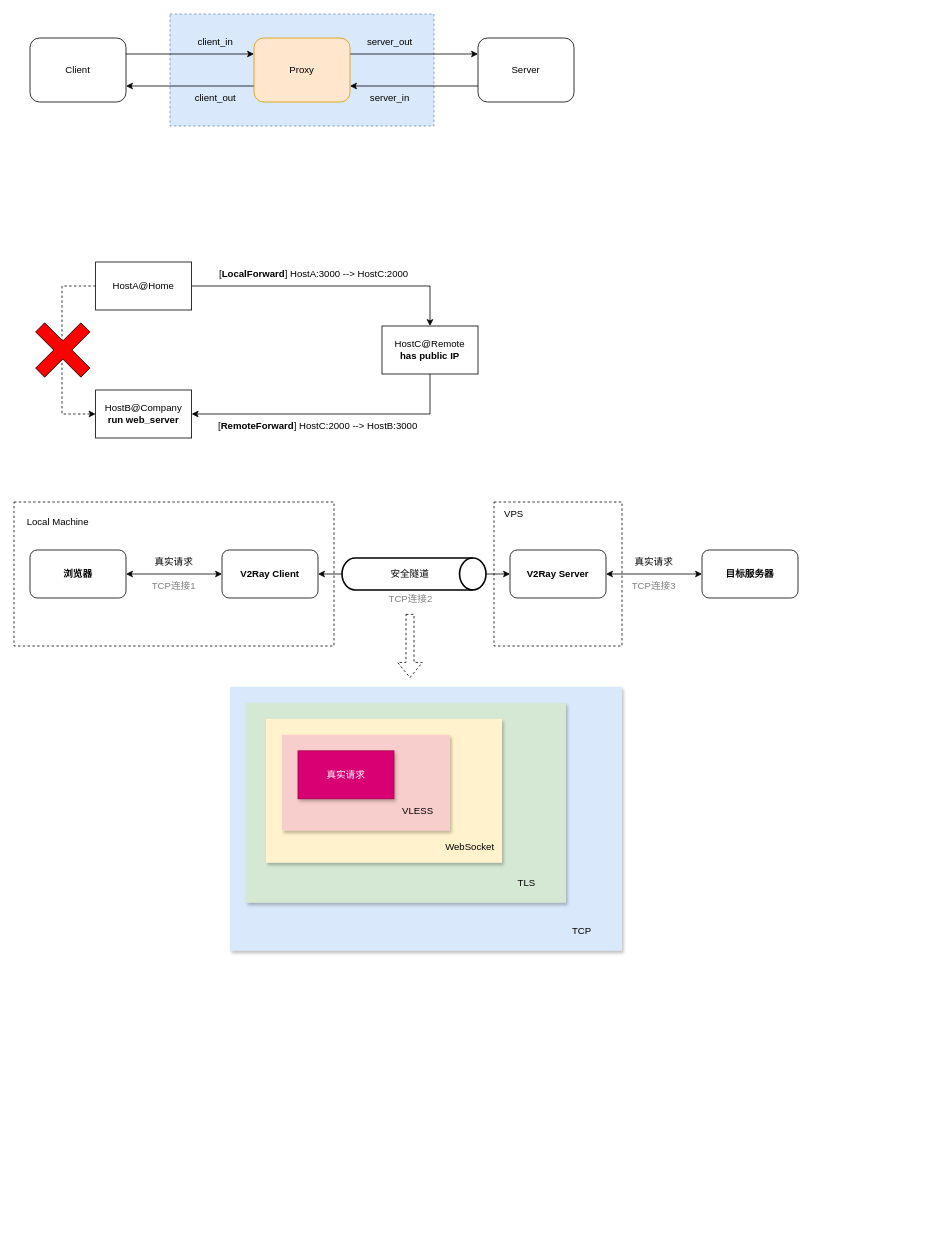
Earlier version of the draw.io diagram HttpProxy.drawio (ZiqingYip/moment). Source tidied: cells renumbered, new cells numbered last; positions are measured from the earlier drawing's top-left corner, leaving out a move shared by most shapes. Both pictures are drawn from the tidied source at 80%, with x=0, y=0 at pixel (14, 14).
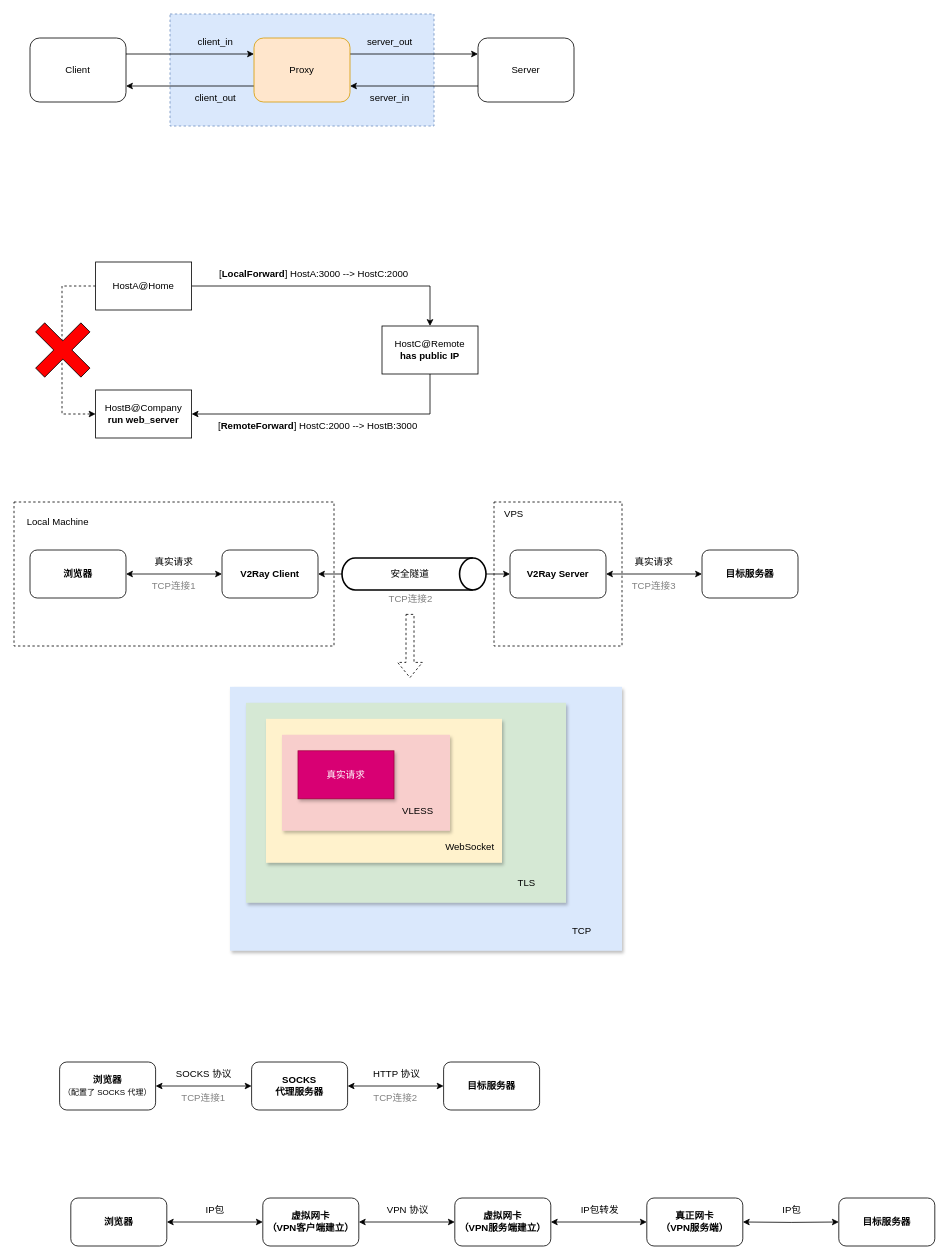
After the change.

The edit, as a diff of the source:
```diff
@@
+    <mxCell id="52" style="edgeStyle=orthogonalEdgeStyle;rounded=0;jettySize=auto;html=1;exitX=1;exitY=0.5;exitDx=0;exitDy=0;entryX=0;entryY=0.5;entryDx=0;entryDy=0;startArrow=classic;startFill=1;" parent="1" edge="1" source="53" target="54">
+      <mxGeometry relative="1" as="geometry" />
+    </mxCell>
+    <mxCell id="53" value="浏览器&lt;br&gt;&lt;span style=&quot;font-weight: normal;&quot;&gt;&lt;font style=&quot;font-size: 10px;&quot;&gt;（配置了 SOCKS 代理）&lt;/font&gt;&lt;/span&gt;" style="rounded=1;whiteSpace=wrap;html=1;fontStyle=1;" parent="1" vertex="1">
+      <mxGeometry x="57" y="1310" width="120" height="60" as="geometry" />
+    </mxCell>
+    <mxCell id="54" value="SOCKS&lt;br&gt;代理服务器" style="rounded=1;whiteSpace=wrap;html=1;fontStyle=1;" parent="1" vertex="1">
+      <mxGeometry x="297" y="1310" width="120" height="60" as="geometry" />
+    </mxCell>
+    <mxCell id="55" value="SOCKS 协议" style="text;html=1;strokeColor=none;fillColor=none;align=center;verticalAlign=middle;whiteSpace=wrap;rounded=0;" parent="1" vertex="1">
+      <mxGeometry x="200.5" y="1310" width="73" height="30" as="geometry" />
+    </mxCell>
+    <mxCell id="56" value="&lt;font color=&quot;#808080&quot;&gt;TCP连接1&lt;/font&gt;" style="text;html=1;strokeColor=none;fillColor=none;align=center;verticalAlign=middle;whiteSpace=wrap;rounded=0;" parent="1" vertex="1">
+      <mxGeometry x="207" y="1340" width="60" height="30" as="geometry" />
+    </mxCell>
+    <mxCell id="57" style="edgeStyle=orthogonalEdgeStyle;rounded=0;jettySize=auto;html=1;entryX=0;entryY=0.5;entryDx=0;entryDy=0;startArrow=classic;startFill=1;" parent="1" edge="1" source="54" target="58">
+      <mxGeometry relative="1" as="geometry" />
+    </mxCell>
+    <mxCell id="58" value="目标服务器" style="rounded=1;whiteSpace=wrap;html=1;fontStyle=1;" parent="1" vertex="1">
+      <mxGeometry x="537" y="1310" width="120" height="60" as="geometry" />
+    </mxCell>
+    <mxCell id="59" value="HTTP 协议" style="text;html=1;strokeColor=none;fillColor=none;align=center;verticalAlign=middle;whiteSpace=wrap;rounded=0;" parent="1" vertex="1">
+      <mxGeometry x="447" y="1310" width="63" height="30" as="geometry" />
+    </mxCell>
+    <mxCell id="60" value="&lt;font color=&quot;#808080&quot;&gt;TCP连接2&lt;/font&gt;" style="text;html=1;strokeColor=none;fillColor=none;align=center;verticalAlign=middle;whiteSpace=wrap;rounded=0;" parent="1" vertex="1">
+      <mxGeometry x="447" y="1340" width="60" height="30" as="geometry" />
+    </mxCell>
+    <mxCell id="61" style="edgeStyle=orthogonalEdgeStyle;rounded=0;jettySize=auto;html=1;exitX=1;exitY=0.5;exitDx=0;exitDy=0;entryX=0;entryY=0.5;entryDx=0;entryDy=0;startArrow=classic;startFill=1;" parent="1" edge="1" source="62" target="63">
+      <mxGeometry relative="1" as="geometry" />
+    </mxCell>
+    <mxCell id="62" value="浏览器" style="rounded=1;whiteSpace=wrap;html=1;fontStyle=1;" parent="1" vertex="1">
+      <mxGeometry x="71" y="1480" width="120" height="60" as="geometry" />
+    </mxCell>
+    <mxCell id="63" value="虚拟网卡&lt;br&gt;（VPN客户端建立）" style="rounded=1;whiteSpace=wrap;html=1;fontStyle=1;" parent="1" vertex="1">
+      <mxGeometry x="311" y="1480" width="120" height="60" as="geometry" />
+    </mxCell>
+    <mxCell id="64" value="IP包" style="text;html=1;strokeColor=none;fillColor=none;align=center;verticalAlign=middle;whiteSpace=wrap;rounded=0;" parent="1" vertex="1">
+      <mxGeometry x="214.5" y="1480" width="73" height="30" as="geometry" />
+    </mxCell>
+    <mxCell id="65" style="edgeStyle=orthogonalEdgeStyle;rounded=0;jettySize=auto;html=1;entryX=0;entryY=0.5;entryDx=0;entryDy=0;startArrow=classic;startFill=1;" parent="1" edge="1" source="63" target="66">
+      <mxGeometry relative="1" as="geometry" />
+    </mxCell>
+    <mxCell id="66" value="虚拟网卡&lt;br style=&quot;border-color: var(--border-color);&quot;&gt;（VPN服务端建立）" style="rounded=1;whiteSpace=wrap;html=1;fontStyle=1;" parent="1" vertex="1">
+      <mxGeometry x="551" y="1480" width="120" height="60" as="geometry" />
+    </mxCell>
+    <mxCell id="67" value="VPN 协议" style="text;html=1;strokeColor=none;fillColor=none;align=center;verticalAlign=middle;whiteSpace=wrap;rounded=0;" parent="1" vertex="1">
+      <mxGeometry x="461" y="1480" width="63" height="30" as="geometry" />
+    </mxCell>
+    <mxCell id="68" style="edgeStyle=orthogonalEdgeStyle;rounded=0;jettySize=auto;html=1;entryX=0;entryY=0.5;entryDx=0;entryDy=0;startArrow=classic;startFill=1;" parent="1" edge="1" source="66" target="69">
+      <mxGeometry relative="1" as="geometry" />
+    </mxCell>
+    <mxCell id="69" value="真正网卡&lt;br style=&quot;border-color: var(--border-color);&quot;&gt;（VPN服务端）" style="rounded=1;whiteSpace=wrap;html=1;fontStyle=1;" parent="1" vertex="1">
+      <mxGeometry x="791" y="1480" width="120" height="60" as="geometry" />
+    </mxCell>
+    <mxCell id="70" value="IP包转发" style="text;html=1;strokeColor=none;fillColor=none;align=center;verticalAlign=middle;whiteSpace=wrap;rounded=0;" parent="1" vertex="1">
+      <mxGeometry x="701" y="1480" width="63" height="30" as="geometry" />
+    </mxCell>
+    <mxCell id="71" style="edgeStyle=orthogonalEdgeStyle;rounded=0;jettySize=auto;html=1;entryX=0;entryY=0.5;entryDx=0;entryDy=0;startArrow=classic;startFill=1;" parent="1" edge="1" target="72">
+      <mxGeometry relative="1" as="geometry">
+        <mxPoint x="911" y="1510" as="sourcePoint" />
+      </mxGeometry>
+    </mxCell>
+    <mxCell id="72" value="目标服务器" style="rounded=1;whiteSpace=wrap;html=1;fontStyle=1;" parent="1" vertex="1">
+      <mxGeometry x="1031" y="1480" width="120" height="60" as="geometry" />
+    </mxCell>
+    <mxCell id="73" value="IP包" style="text;html=1;strokeColor=none;fillColor=none;align=center;verticalAlign=middle;whiteSpace=wrap;rounded=0;" parent="1" vertex="1">
+      <mxGeometry x="941" y="1480" width="63" height="30" as="geometry" />
+    </mxCell>
```
